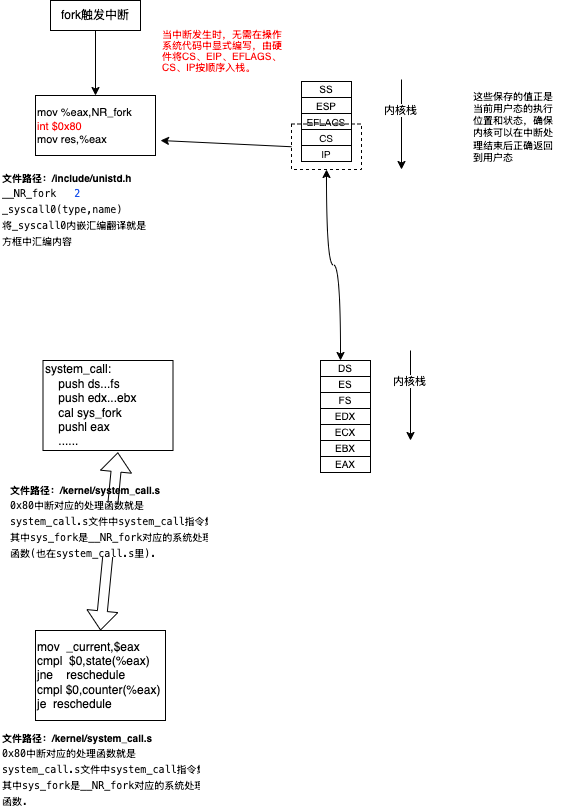
zhaole0606/pic keeps this draw.io diagram as linux_fork.png. Above is the earlier version. Source tidied: cells renumbered, new cells last; positions are measured from the earlier drawing's top-left corner, leaving out a move shared by most shapes.
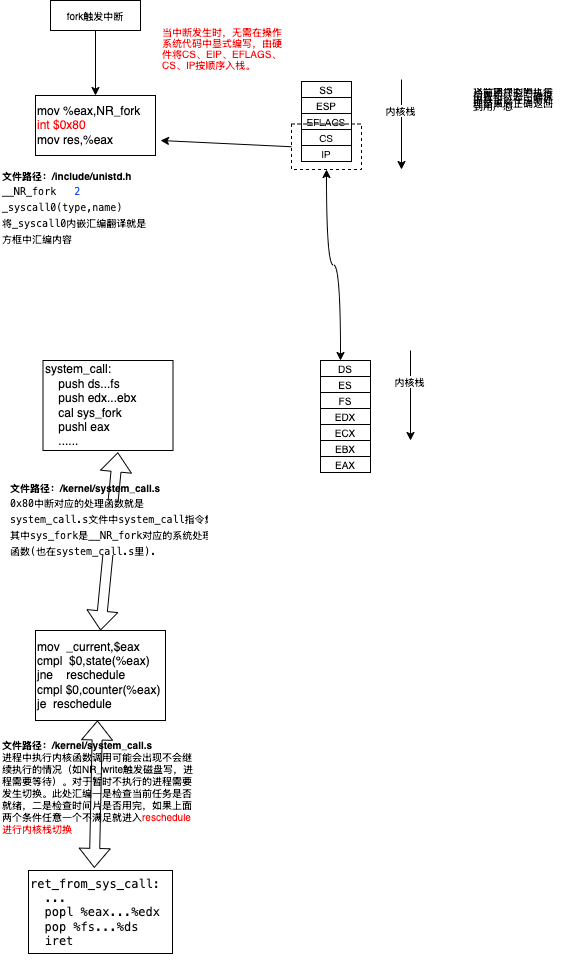
After the commit.

Diff of the diagram source:
```diff
@@ -2,31 +2,31 @@
   <root>
     <mxCell id="0" />
     <mxCell id="1" parent="0" />
-    <mxCell id="2" style="shape=flexArrow;endArrow=classic;startArrow=classic;html=1;rounded=0;exitX=0.5;exitY=0;exitDx=0;exitDy=0;entryX=0.576;entryY=1.02;entryDx=0;entryDy=0;entryPerimeter=0;" parent="1" edge="1" source="30" target="18">
+    <mxCell id="2" style="shape=flexArrow;endArrow=classic;startArrow=classic;html=1;rounded=0;exitX=0.5;exitY=0;exitDx=0;exitDy=0;entryX=0.576;entryY=1.02;entryDx=0;entryDy=0;entryPerimeter=0;fontSize=10;" parent="1" edge="1" source="30" target="18">
       <mxGeometry relative="1" as="geometry" />
     </mxCell>
-    <mxCell id="3" style="edgeStyle=orthogonalEdgeStyle;rounded=0;jettySize=auto;html=1;" parent="1" edge="1" source="4" target="5">
+    <mxCell id="3" style="edgeStyle=orthogonalEdgeStyle;rounded=0;jettySize=auto;html=1;fontSize=10;" parent="1" edge="1" source="4" target="5">
       <mxGeometry relative="1" as="geometry" />
     </mxCell>
-    <mxCell id="4" value="fork触发中断" style="rounded=0;whiteSpace=wrap;html=1;" parent="1" vertex="1">
+    <mxCell id="4" value="fork触发中断" style="rounded=0;whiteSpace=wrap;html=1;fontSize=10;" parent="1" vertex="1">
       <mxGeometry x="50" width="90" height="30" as="geometry" />
     </mxCell>
-    <mxCell id="5" value="&lt;font style=&quot;font-size: 11px;&quot;&gt;mov %eax,NR_fork&lt;/font&gt;&lt;div style=&quot;font-size: 11px;&quot;&gt;&lt;font style=&quot;font-size: 11px;&quot; color=&quot;#ff0000&quot;&gt;int $0x80&lt;/font&gt;&lt;/div&gt;&lt;div style=&quot;font-size: 11px;&quot;&gt;&lt;font style=&quot;font-size: 11px;&quot;&gt;mov res,%eax&lt;/font&gt;&lt;/div&gt;" style="whiteSpace=wrap;html=1;rounded=0;align=left;" parent="1" vertex="1">
+    <mxCell id="5" value="&lt;font style=&quot;font-size: 12px;&quot;&gt;mov %eax,NR_fork&lt;/font&gt;&lt;div style=&quot;font-size: 12px;&quot;&gt;&lt;font style=&quot;font-size: 12px;&quot; color=&quot;#ff0000&quot;&gt;int $0x80&lt;/font&gt;&lt;/div&gt;&lt;div style=&quot;font-size: 12px;&quot;&gt;&lt;font style=&quot;font-size: 12px;&quot;&gt;mov res,%eax&lt;/font&gt;&lt;/div&gt;" style="whiteSpace=wrap;html=1;rounded=0;align=left;fontSize=12;" parent="1" vertex="1">
       <mxGeometry x="35" y="95" width="120" height="60" as="geometry" />
     </mxCell>
-    <mxCell id="6" value="&lt;p style=&quot;line-height: 90%;&quot;&gt;&lt;/p&gt;&lt;h1 style=&quot;margin-top: 0px; line-height: 60%; font-size: 10px;&quot;&gt;&lt;font style=&quot;font-size: 10px;&quot;&gt;文件路径：/include/unistd.h&lt;/font&gt;&lt;/h1&gt;&lt;div style=&quot;line-height: 60%; font-size: 10px;&quot;&gt;&lt;div style=&quot;background-color: rgb(255, 255, 255); color: rgb(8, 8, 8); line-height: 60%;&quot;&gt;&lt;pre style=&quot;font-family: &amp;quot;JetBrains Mono&amp;quot;, monospace; line-height: 60%;&quot;&gt;&lt;font style=&quot;font-size: 10px;&quot;&gt;__NR_fork   &lt;span style=&quot;color:#1750eb;&quot;&gt;2&lt;/span&gt;&lt;/font&gt;&lt;/pre&gt;&lt;pre style=&quot;font-family: &amp;quot;JetBrains Mono&amp;quot;, monospace; line-height: 60%;&quot;&gt;&lt;div style=&quot;line-height: 60%;&quot;&gt;&lt;pre style=&quot;font-family: &amp;quot;JetBrains Mono&amp;quot;, monospace; line-height: 60%;&quot;&gt;&lt;font style=&quot;font-size: 10px;&quot;&gt;_syscall0(type,name)&lt;/font&gt;&lt;/pre&gt;&lt;pre style=&quot;font-family: &amp;quot;JetBrains Mono&amp;quot;, monospace; line-height: 60%;&quot;&gt;&lt;font style=&quot;font-size: 10px;&quot;&gt;将_syscall0内嵌汇编翻译就是&lt;/font&gt;&lt;/pre&gt;&lt;pre style=&quot;font-family: &amp;quot;JetBrains Mono&amp;quot;, monospace; line-height: 60%;&quot;&gt;&lt;font style=&quot;font-size: 10px;&quot;&gt;方框中汇编内容 &lt;/font&gt;&lt;/pre&gt;&lt;/div&gt;&lt;/pre&gt;&lt;/div&gt;&lt;/div&gt;&lt;p&gt;&lt;/p&gt;" style="text;html=1;whiteSpace=wrap;overflow=hidden;rounded=0;verticalAlign=middle;" parent="1" vertex="1">
+    <mxCell id="6" value="&lt;p style=&quot;line-height: 90%; font-size: 10px;&quot;&gt;&lt;/p&gt;&lt;h1 style=&quot;margin-top: 0px; line-height: 60%; font-size: 10px;&quot;&gt;&lt;font style=&quot;font-size: 10px;&quot;&gt;文件路径：/include/unistd.h&lt;/font&gt;&lt;/h1&gt;&lt;div style=&quot;line-height: 60%; font-size: 10px;&quot;&gt;&lt;div style=&quot;background-color: rgb(255, 255, 255); color: rgb(8, 8, 8); line-height: 60%; font-size: 10px;&quot;&gt;&lt;pre style=&quot;font-family: &amp;quot;JetBrains Mono&amp;quot;, monospace; line-height: 60%; font-size: 10px;&quot;&gt;&lt;font style=&quot;font-size: 10px;&quot;&gt;__NR_fork   &lt;span style=&quot;color: rgb(23, 80, 235); font-size: 10px;&quot;&gt;2&lt;/span&gt;&lt;/font&gt;&lt;/pre&gt;&lt;pre style=&quot;font-family: &amp;quot;JetBrains Mono&amp;quot;, monospace; line-height: 60%; font-size: 10px;&quot;&gt;&lt;div style=&quot;line-height: 60%; font-size: 10px;&quot;&gt;&lt;pre style=&quot;font-family: &amp;quot;JetBrains Mono&amp;quot;, monospace; line-height: 60%; font-size: 10px;&quot;&gt;&lt;font style=&quot;font-size: 10px;&quot;&gt;_syscall0(type,name)&lt;/font&gt;&lt;/pre&gt;&lt;pre style=&quot;font-family: &amp;quot;JetBrains Mono&amp;quot;, monospace; line-height: 60%; font-size: 10px;&quot;&gt;&lt;font style=&quot;font-size: 10px;&quot;&gt;将_syscall0内嵌汇编翻译就是&lt;/font&gt;&lt;/pre&gt;&lt;pre style=&quot;font-family: &amp;quot;JetBrains Mono&amp;quot;, monospace; line-height: 60%; font-size: 10px;&quot;&gt;&lt;font style=&quot;font-size: 10px;&quot;&gt;方框中汇编内容 &lt;/font&gt;&lt;/pre&gt;&lt;/div&gt;&lt;/pre&gt;&lt;/div&gt;&lt;/div&gt;&lt;p style=&quot;font-size: 10px;&quot;&gt;&lt;/p&gt;" style="text;html=1;whiteSpace=wrap;overflow=hidden;rounded=0;verticalAlign=middle;fontSize=10;" parent="1" vertex="1">
       <mxGeometry y="160" width="180" height="90" as="geometry" />
     </mxCell>
-    <mxCell id="7" style="endArrow=classic;html=1;rounded=0;" parent="1" edge="1">
+    <mxCell id="7" style="endArrow=classic;html=1;rounded=0;fontSize=10;" parent="1" edge="1">
       <mxGeometry relative="1" as="geometry">
         <mxPoint x="401" y="79" as="sourcePoint" />
         <mxPoint x="401" y="169" as="targetPoint" />
       </mxGeometry>
     </mxCell>
-    <mxCell id="8" value="内核栈" style="edgeLabel;html=1;align=center;verticalAlign=middle;" parent="7" vertex="1">
+    <mxCell id="8" value="内核栈" style="edgeLabel;html=1;align=center;verticalAlign=middle;fontSize=10;" parent="7" vertex="1">
       <mxGeometry x="-0.31" y="-1" relative="1" as="geometry" />
     </mxCell>
-    <mxCell id="9" value="&lt;font style=&quot;font-size: 10px;&quot;&gt;SS&lt;/font&gt;" style="rounded=0;whiteSpace=wrap;html=1;" parent="1" vertex="1">
+    <mxCell id="9" value="&lt;font style=&quot;font-size: 10px;&quot;&gt;SS&lt;/font&gt;" style="rounded=0;whiteSpace=wrap;html=1;fontSize=10;" parent="1" vertex="1">
       <mxGeometry x="301" y="81" width="50" height="16" as="geometry" />
     </mxCell>
     <mxCell id="10" value="ESP" style="rounded=0;whiteSpace=wrap;html=1;fontSize=10;" parent="1" vertex="1">
@@ -41,64 +41,72 @@
     <mxCell id="13" value="&lt;span style=&quot;font-family: -webkit-standard; text-align: start; caret-color: rgb(0, 0, 0); font-size: 10px;&quot;&gt;&lt;font style=&quot;font-size: 10px;&quot;&gt;IP&lt;/font&gt;&lt;/span&gt;" style="rounded=0;whiteSpace=wrap;html=1;fontSize=10;" parent="1" vertex="1">
       <mxGeometry x="301" y="145" width="50" height="16" as="geometry" />
     </mxCell>
-    <mxCell id="14" value="&lt;p style=&quot;line-height: 50%;&quot;&gt;&lt;/p&gt;&lt;h1 style=&quot;margin-top: 0px; line-height: 110%; font-size: 10px;&quot;&gt;&lt;span style=&quot;font-weight: normal;&quot;&gt;&lt;font color=&quot;#ff0000&quot;&gt;&lt;font style=&quot;font-size: 10px;&quot;&gt;当中断发生时，无需在操作系统代码中显式编写，由硬件将CS、EIP、EFLAGS、CS&lt;/font&gt;、IP按顺序入栈。&lt;/font&gt;&lt;/span&gt;&lt;/h1&gt;&lt;p&gt;&lt;/p&gt;" style="text;html=1;whiteSpace=wrap;overflow=hidden;rounded=0;" parent="1" vertex="1">
+    <mxCell id="14" value="&lt;p style=&quot;line-height: 50%; font-size: 10px;&quot;&gt;&lt;/p&gt;&lt;h1 style=&quot;margin-top: 0px; line-height: 110%; font-size: 10px;&quot;&gt;&lt;span style=&quot;font-weight: normal; font-size: 10px;&quot;&gt;&lt;font style=&quot;font-size: 10px;&quot; color=&quot;#ff0000&quot;&gt;&lt;font style=&quot;font-size: 10px;&quot;&gt;当中断发生时，无需在操作系统代码中显式编写，由硬件将CS、EIP、EFLAGS、CS&lt;/font&gt;、IP按顺序入栈。&lt;/font&gt;&lt;/span&gt;&lt;/h1&gt;&lt;p style=&quot;font-size: 10px;&quot;&gt;&lt;/p&gt;" style="text;html=1;whiteSpace=wrap;overflow=hidden;rounded=0;fontSize=10;" parent="1" vertex="1">
       <mxGeometry x="160" y="10" width="130" height="70" as="geometry" />
     </mxCell>
-    <mxCell id="15" style="rounded=0;whiteSpace=wrap;html=1;dashed=1;fillColor=none;" parent="1" vertex="1">
+    <mxCell id="15" style="rounded=0;whiteSpace=wrap;html=1;dashed=1;fillColor=none;fontSize=10;" parent="1" vertex="1">
       <mxGeometry x="291" y="123.5" width="70" height="45.5" as="geometry" />
     </mxCell>
-    <mxCell id="16" value="&lt;h1 style=&quot;margin-top: 0px; line-height: 34%;&quot;&gt;&lt;span style=&quot;caret-color: rgb(0, 0, 0); font-family: -webkit-standard; font-weight: 400;&quot;&gt;&lt;font style=&quot;font-size: 10px;&quot;&gt;这些保存的值正是当前用户态的执行位置和状态，确保内核可以在中断处理结束后正确返回到用户态&lt;/font&gt;&lt;/span&gt;&lt;br&gt;&lt;/h1&gt;" style="text;html=1;whiteSpace=wrap;overflow=hidden;rounded=0;" parent="1" vertex="1">
+    <mxCell id="16" value="&lt;h1 style=&quot;margin-top: 0px; line-height: 34%; font-size: 10px;&quot;&gt;&lt;span style=&quot;caret-color: rgb(0, 0, 0); font-family: -webkit-standard; font-weight: 400; font-size: 10px;&quot;&gt;&lt;font style=&quot;font-size: 10px;&quot;&gt;这些保存的值正是当前用户态的执行位置和状态，确保内核可以在中断处理结束后正确返回到用户态&lt;/font&gt;&lt;/span&gt;&lt;br style=&quot;font-size: 10px;&quot;&gt;&lt;/h1&gt;" style="text;html=1;whiteSpace=wrap;overflow=hidden;rounded=0;fontSize=10;" parent="1" vertex="1">
       <mxGeometry x="471" y="81" width="90" height="110" as="geometry" />
     </mxCell>
-    <mxCell id="17" style="endArrow=classic;html=1;rounded=0;exitX=0;exitY=0.5;exitDx=0;exitDy=0;" parent="1" edge="1" source="15">
+    <mxCell id="17" style="endArrow=classic;html=1;rounded=0;exitX=0;exitY=0.5;exitDx=0;exitDy=0;fontSize=10;" parent="1" edge="1" source="15">
       <mxGeometry relative="1" as="geometry">
         <mxPoint x="160" y="140" as="targetPoint" />
       </mxGeometry>
     </mxCell>
-    <mxCell id="18" value="system_call:&lt;div&gt;&lt;span style=&quot;background-color: initial;&quot;&gt;&amp;nbsp; &amp;nbsp; push ds...fs&lt;/span&gt;&lt;/div&gt;&lt;div&gt;&lt;span style=&quot;background-color: initial;&quot;&gt;&amp;nbsp; &amp;nbsp; push edx...ebx&amp;nbsp;&lt;/span&gt;&lt;/div&gt;&lt;div&gt;&lt;span style=&quot;background-color: initial;&quot;&gt;&amp;nbsp; &amp;nbsp; cal sys_fork&lt;/span&gt;&lt;/div&gt;&lt;div&gt;&lt;span style=&quot;background-color: initial;&quot;&gt;&amp;nbsp; &amp;nbsp; pushl eax&lt;/span&gt;&lt;/div&gt;&lt;div&gt;&amp;nbsp; &amp;nbsp; ......&lt;/div&gt;" style="whiteSpace=wrap;html=1;rounded=0;align=left;" parent="1" vertex="1">
+    <mxCell id="18" value="system_call:&lt;div style=&quot;font-size: 12px;&quot;&gt;&lt;span style=&quot;background-color: initial; font-size: 12px;&quot;&gt;&amp;nbsp; &amp;nbsp; push ds...fs&lt;/span&gt;&lt;/div&gt;&lt;div style=&quot;font-size: 12px;&quot;&gt;&lt;span style=&quot;background-color: initial; font-size: 12px;&quot;&gt;&amp;nbsp; &amp;nbsp; push edx...ebx&amp;nbsp;&lt;/span&gt;&lt;/div&gt;&lt;div style=&quot;font-size: 12px;&quot;&gt;&lt;span style=&quot;background-color: initial; font-size: 12px;&quot;&gt;&amp;nbsp; &amp;nbsp; cal sys_fork&lt;/span&gt;&lt;/div&gt;&lt;div style=&quot;font-size: 12px;&quot;&gt;&lt;span style=&quot;background-color: initial; font-size: 12px;&quot;&gt;&amp;nbsp; &amp;nbsp; pushl eax&lt;/span&gt;&lt;/div&gt;&lt;div style=&quot;font-size: 12px;&quot;&gt;&amp;nbsp; &amp;nbsp; ......&lt;/div&gt;" style="whiteSpace=wrap;html=1;rounded=0;align=left;fontSize=12;" parent="1" vertex="1">
       <mxGeometry x="42.5" y="360" width="130" height="90" as="geometry" />
     </mxCell>
-    <mxCell id="19" value="&lt;span style=&quot;font-size: 10px;&quot;&gt;DS&lt;/span&gt;" style="rounded=0;whiteSpace=wrap;html=1;" parent="1" vertex="1">
+    <mxCell id="19" value="&lt;span style=&quot;font-size: 10px;&quot;&gt;DS&lt;/span&gt;" style="rounded=0;whiteSpace=wrap;html=1;fontSize=10;" parent="1" vertex="1">
       <mxGeometry x="320" y="360" width="50" height="16" as="geometry" />
     </mxCell>
-    <mxCell id="20" value="&lt;span style=&quot;font-size: 10px;&quot;&gt;ES&lt;/span&gt;" style="rounded=0;whiteSpace=wrap;html=1;" parent="1" vertex="1">
+    <mxCell id="20" value="&lt;span style=&quot;font-size: 10px;&quot;&gt;ES&lt;/span&gt;" style="rounded=0;whiteSpace=wrap;html=1;fontSize=10;" parent="1" vertex="1">
       <mxGeometry x="320" y="376" width="50" height="16" as="geometry" />
     </mxCell>
-    <mxCell id="21" value="&lt;span style=&quot;font-size: 10px;&quot;&gt;FS&lt;/span&gt;" style="rounded=0;whiteSpace=wrap;html=1;" parent="1" vertex="1">
+    <mxCell id="21" value="&lt;span style=&quot;font-size: 10px;&quot;&gt;FS&lt;/span&gt;" style="rounded=0;whiteSpace=wrap;html=1;fontSize=10;" parent="1" vertex="1">
       <mxGeometry x="320" y="392" width="50" height="16" as="geometry" />
     </mxCell>
-    <mxCell id="22" value="&lt;span style=&quot;font-size: 10px;&quot;&gt;EDX&lt;/span&gt;" style="rounded=0;whiteSpace=wrap;html=1;" parent="1" vertex="1">
+    <mxCell id="22" value="&lt;span style=&quot;font-size: 10px;&quot;&gt;EDX&lt;/span&gt;" style="rounded=0;whiteSpace=wrap;html=1;fontSize=10;" parent="1" vertex="1">
       <mxGeometry x="320" y="408" width="50" height="16" as="geometry" />
     </mxCell>
-    <mxCell id="23" value="&lt;span style=&quot;font-size: 10px;&quot;&gt;ECX&lt;/span&gt;" style="rounded=0;whiteSpace=wrap;html=1;" parent="1" vertex="1">
+    <mxCell id="23" value="&lt;span style=&quot;font-size: 10px;&quot;&gt;ECX&lt;/span&gt;" style="rounded=0;whiteSpace=wrap;html=1;fontSize=10;" parent="1" vertex="1">
       <mxGeometry x="320" y="424" width="50" height="16" as="geometry" />
     </mxCell>
-    <mxCell id="24" value="&lt;span style=&quot;font-size: 10px;&quot;&gt;EBX&lt;/span&gt;" style="rounded=0;whiteSpace=wrap;html=1;" parent="1" vertex="1">
+    <mxCell id="24" value="&lt;span style=&quot;font-size: 10px;&quot;&gt;EBX&lt;/span&gt;" style="rounded=0;whiteSpace=wrap;html=1;fontSize=10;" parent="1" vertex="1">
       <mxGeometry x="320" y="440" width="50" height="16" as="geometry" />
     </mxCell>
-    <mxCell id="25" value="&lt;p style=&quot;line-height: 90%;&quot;&gt;&lt;/p&gt;&lt;h1 style=&quot;margin-top: 0px; line-height: 60%; font-size: 10px;&quot;&gt;&lt;font style=&quot;font-size: 10px;&quot;&gt;文件路径：/kernel/system_call.s&lt;/font&gt;&lt;/h1&gt;&lt;div style=&quot;line-height: 60%; font-size: 10px;&quot;&gt;&lt;div style=&quot;background-color: rgb(255, 255, 255); color: rgb(8, 8, 8); line-height: 60%;&quot;&gt;&lt;pre style=&quot;font-family: &amp;quot;JetBrains Mono&amp;quot;, monospace; line-height: 60%;&quot;&gt;0x80中断对应的处理函数就是&lt;/pre&gt;&lt;pre style=&quot;font-family: &amp;quot;JetBrains Mono&amp;quot;, monospace; line-height: 60%;&quot;&gt;system_call.s文件中system_call指令集&lt;/pre&gt;&lt;pre style=&quot;font-family: &amp;quot;JetBrains Mono&amp;quot;, monospace; line-height: 60%;&quot;&gt;其中sys_fork是__NR_fork对应的系统处理&lt;/pre&gt;&lt;pre style=&quot;font-family: &amp;quot;JetBrains Mono&amp;quot;, monospace; line-height: 60%;&quot;&gt;函数(也在system_call.s里).&lt;/pre&gt;&lt;/div&gt;&lt;/div&gt;&lt;p&gt;&lt;/p&gt;" style="text;html=1;whiteSpace=wrap;overflow=hidden;rounded=0;verticalAlign=middle;" parent="1" vertex="1">
+    <mxCell id="25" value="&lt;p style=&quot;line-height: 90%; font-size: 10px;&quot;&gt;&lt;/p&gt;&lt;h1 style=&quot;margin-top: 0px; line-height: 60%; font-size: 10px;&quot;&gt;&lt;font style=&quot;font-size: 10px;&quot;&gt;文件路径：/kernel/system_call.s&lt;/font&gt;&lt;/h1&gt;&lt;div style=&quot;line-height: 60%; font-size: 10px;&quot;&gt;&lt;div style=&quot;background-color: rgb(255, 255, 255); color: rgb(8, 8, 8); line-height: 60%; font-size: 10px;&quot;&gt;&lt;pre style=&quot;font-family: &amp;quot;JetBrains Mono&amp;quot;, monospace; line-height: 60%; font-size: 10px;&quot;&gt;&lt;font style=&quot;font-size: 10px;&quot;&gt;0x80中断对应的处理函数就是&lt;/font&gt;&lt;/pre&gt;&lt;pre style=&quot;font-family: &amp;quot;JetBrains Mono&amp;quot;, monospace; line-height: 60%; font-size: 10px;&quot;&gt;&lt;font style=&quot;font-size: 10px;&quot;&gt;system_call.s文件中system_call指令集&lt;/font&gt;&lt;/pre&gt;&lt;pre style=&quot;font-family: &amp;quot;JetBrains Mono&amp;quot;, monospace; line-height: 60%; font-size: 10px;&quot;&gt;&lt;font style=&quot;font-size: 10px;&quot;&gt;其中sys_fork是__NR_fork对应的系统处理&lt;/font&gt;&lt;/pre&gt;&lt;pre style=&quot;font-family: &amp;quot;JetBrains Mono&amp;quot;, monospace; line-height: 60%; font-size: 10px;&quot;&gt;&lt;font style=&quot;font-size: 10px;&quot;&gt;函数(也在system_call.s里).&lt;/font&gt;&lt;/pre&gt;&lt;/div&gt;&lt;/div&gt;&lt;p style=&quot;font-size: 10px;&quot;&gt;&lt;/p&gt;" style="text;html=1;whiteSpace=wrap;overflow=hidden;rounded=0;verticalAlign=middle;fontSize=10;" parent="1" vertex="1">
       <mxGeometry x="7.5" y="472" width="200" height="90" as="geometry" />
     </mxCell>
-    <mxCell id="26" style="endArrow=classic;html=1;rounded=0;" parent="1" edge="1">
+    <mxCell id="26" style="endArrow=classic;html=1;rounded=0;fontSize=10;" parent="1" edge="1">
       <mxGeometry relative="1" as="geometry">
         <mxPoint x="410" y="350" as="sourcePoint" />
         <mxPoint x="410" y="440" as="targetPoint" />
       </mxGeometry>
     </mxCell>
-    <mxCell id="27" value="内核栈" style="edgeLabel;html=1;align=center;verticalAlign=middle;" parent="26" vertex="1">
+    <mxCell id="27" value="内核栈" style="edgeLabel;html=1;align=center;verticalAlign=middle;fontSize=10;" parent="26" vertex="1">
       <mxGeometry x="-0.31" y="-1" relative="1" as="geometry" />
     </mxCell>
-    <mxCell id="28" style="endArrow=classic;html=1;rounded=0;edgeStyle=orthogonalEdgeStyle;startArrow=classic;startFill=1;curved=1;exitX=0.4;exitY=0;exitDx=0;exitDy=0;exitPerimeter=0;" parent="1" edge="1" source="19" target="15">
+    <mxCell id="28" style="endArrow=classic;html=1;rounded=0;edgeStyle=orthogonalEdgeStyle;startArrow=classic;startFill=1;curved=1;exitX=0.4;exitY=0;exitDx=0;exitDy=0;exitPerimeter=0;fontSize=10;" parent="1" edge="1" source="19" target="15">
       <mxGeometry relative="1" as="geometry" />
     </mxCell>
-    <mxCell id="29" value="&lt;span style=&quot;font-size: 10px;&quot;&gt;EAX&lt;/span&gt;" style="rounded=0;whiteSpace=wrap;html=1;" parent="1" vertex="1">
+    <mxCell id="29" value="&lt;span style=&quot;font-size: 10px;&quot;&gt;EAX&lt;/span&gt;" style="rounded=0;whiteSpace=wrap;html=1;fontSize=10;" parent="1" vertex="1">
       <mxGeometry x="320" y="456" width="50" height="16" as="geometry" />
     </mxCell>
-    <mxCell id="30" value="mov&amp;nbsp; _current,$eax&lt;div&gt;cmpl&amp;nbsp; $0,state(%eax)&lt;/div&gt;&lt;div&gt;jne&amp;nbsp; &amp;nbsp; reschedule&lt;/div&gt;&lt;div&gt;cmpl $0,counter(%eax)&lt;/div&gt;&lt;div&gt;je&amp;nbsp; reschedule&lt;/div&gt;" style="whiteSpace=wrap;html=1;rounded=0;align=left;" parent="1" vertex="1">
+    <mxCell id="30" value="mov&amp;nbsp; _current,$eax&lt;div style=&quot;font-size: 12px;&quot;&gt;cmpl&amp;nbsp; $0,state(%eax)&lt;/div&gt;&lt;div style=&quot;font-size: 12px;&quot;&gt;jne&amp;nbsp; &amp;nbsp; reschedule&lt;/div&gt;&lt;div style=&quot;font-size: 12px;&quot;&gt;cmpl $0,counter(%eax)&lt;/div&gt;&lt;div style=&quot;font-size: 12px;&quot;&gt;je&amp;nbsp; reschedule&lt;/div&gt;" style="whiteSpace=wrap;html=1;rounded=0;align=left;fontSize=12;" parent="1" vertex="1">
       <mxGeometry x="35" y="630" width="130" height="90" as="geometry" />
     </mxCell>
-    <mxCell id="31" value="&lt;p style=&quot;line-height: 90%;&quot;&gt;&lt;/p&gt;&lt;h1 style=&quot;margin-top: 0px; line-height: 60%; font-size: 10px;&quot;&gt;&lt;font style=&quot;font-size: 10px;&quot;&gt;文件路径：/kernel/system_call.s&lt;/font&gt;&lt;/h1&gt;&lt;div style=&quot;line-height: 60%; font-size: 10px;&quot;&gt;&lt;div style=&quot;background-color: rgb(255, 255, 255); color: rgb(8, 8, 8); line-height: 60%;&quot;&gt;&lt;pre style=&quot;font-family: &amp;quot;JetBrains Mono&amp;quot;, monospace; line-height: 60%;&quot;&gt;0x80中断对应的处理函数就是&lt;/pre&gt;&lt;pre style=&quot;font-family: &amp;quot;JetBrains Mono&amp;quot;, monospace; line-height: 60%;&quot;&gt;system_call.s文件中system_call指令集&lt;/pre&gt;&lt;pre style=&quot;font-family: &amp;quot;JetBrains Mono&amp;quot;, monospace; line-height: 60%;&quot;&gt;其中sys_fork是__NR_fork对应的系统处理&lt;/pre&gt;&lt;pre style=&quot;font-family: &amp;quot;JetBrains Mono&amp;quot;, monospace; line-height: 60%;&quot;&gt;函数.&lt;/pre&gt;&lt;/div&gt;&lt;/div&gt;&lt;p&gt;&lt;/p&gt;" style="text;html=1;whiteSpace=wrap;overflow=hidden;rounded=0;verticalAlign=middle;" parent="1" vertex="1">
-      <mxGeometry y="720" width="200" height="90" as="geometry" />
+    <mxCell id="31" value="&lt;br style=&quot;font-size: 10px;&quot;&gt;&lt;b style=&quot;font-size: 10px;&quot;&gt;文件路径：/kernel/system_call.s&lt;/b&gt;&lt;br style=&quot;font-size: 10px;&quot;&gt;进程中执行内核函数调用可能会出现不会继续执行的情况（如NR_write触发磁盘写，进程需要等待）。对于暂时不执行的进程需要发生切换。此处汇编一是检查当前任务是否就绪，二是检查时间片是否用完，如果上面两个条件任意一个不满足就进入&lt;font style=&quot;font-size: 10px;&quot; color=&quot;#ff0000&quot;&gt;reschedule进行内核栈切换&lt;/font&gt;" style="text;whiteSpace=wrap;overflow=hidden;rounded=0;verticalAlign=top;fontSize=10;align=left;html=1;" parent="1" vertex="1">
+      <mxGeometry y="720" width="200" height="120" as="geometry" />
     </mxCell>
+    <mxCell id="32" value="&lt;div style=&quot;background-color: rgb(255, 255, 255); color: rgb(8, 8, 8); font-size: 12px;&quot;&gt;&lt;pre style=&quot;font-family: &amp;quot;JetBrains Mono&amp;quot;, monospace; font-size: 12px;&quot;&gt;ret_from_sys_call:&lt;br style=&quot;font-size: 12px;&quot;&gt;  ...&lt;br style=&quot;font-size: 12px;&quot;&gt;  popl %eax...%edx&lt;br style=&quot;font-size: 12px;&quot;&gt;  pop %fs...%ds&lt;br style=&quot;font-size: 12px;&quot;&gt;  iret&lt;/pre&gt;&lt;/div&gt;" style="whiteSpace=wrap;html=1;rounded=0;align=left;fontSize=12;" parent="1" vertex="1">
+      <mxGeometry x="28" y="870" width="144" height="83" as="geometry" />
+    </mxCell>
+    <mxCell id="33" style="shape=flexArrow;endArrow=classic;startArrow=classic;html=1;rounded=0;exitX=0.457;exitY=-0.031;exitDx=0;exitDy=0;entryX=0.576;entryY=1.02;entryDx=0;entryDy=0;entryPerimeter=0;fontSize=10;exitPerimeter=0;" parent="1" edge="1" source="32">
+      <mxGeometry relative="1" as="geometry">
+        <mxPoint x="97" y="720" as="targetPoint" />
+      </mxGeometry>
+    </mxCell>
   </root>
 </mxGraphModel>
```
